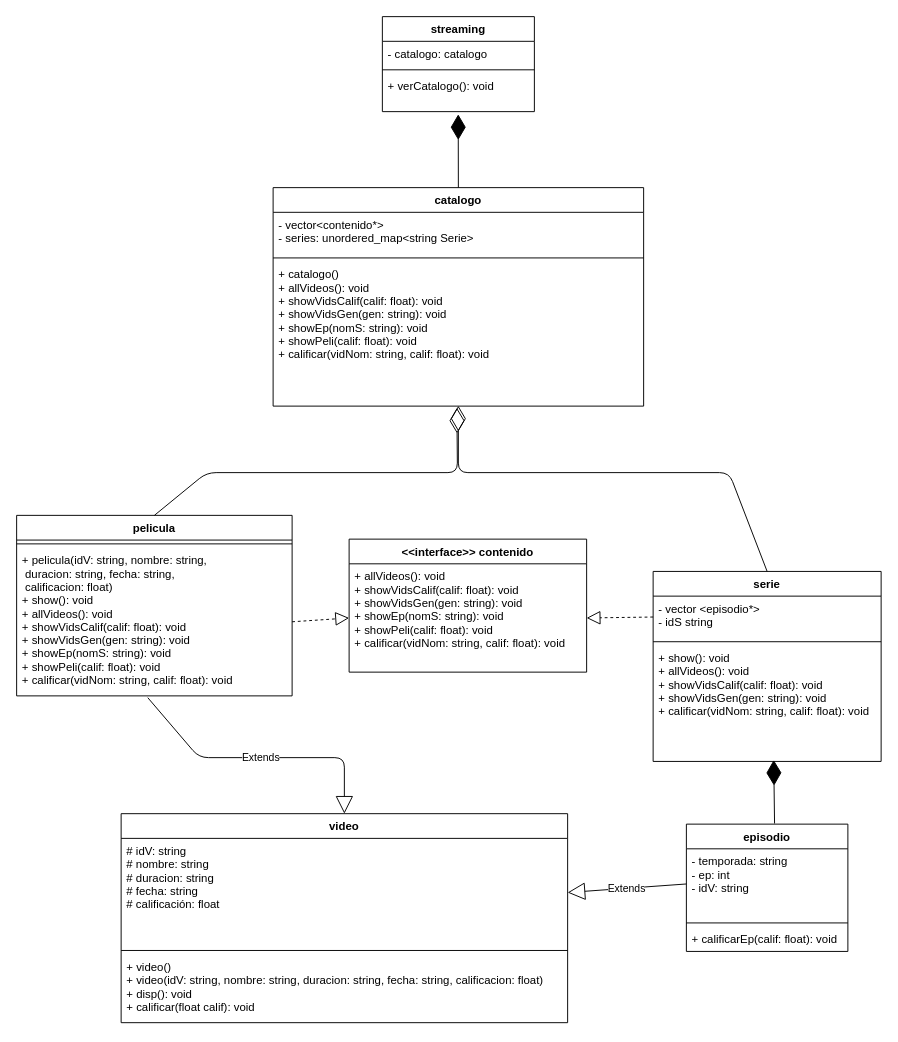
Earlier version of the draw.io diagram streaming 2.drawio (A01750658/proyecto_cpp). Source tidied: cells renumbered, new cells numbered last; positions are measured from the earlier drawing's top-left corner, leaving out a move shared by most shapes. Both pictures are drawn from the tidied source at 95%, with x=0, y=0 at pixel (16, 16).
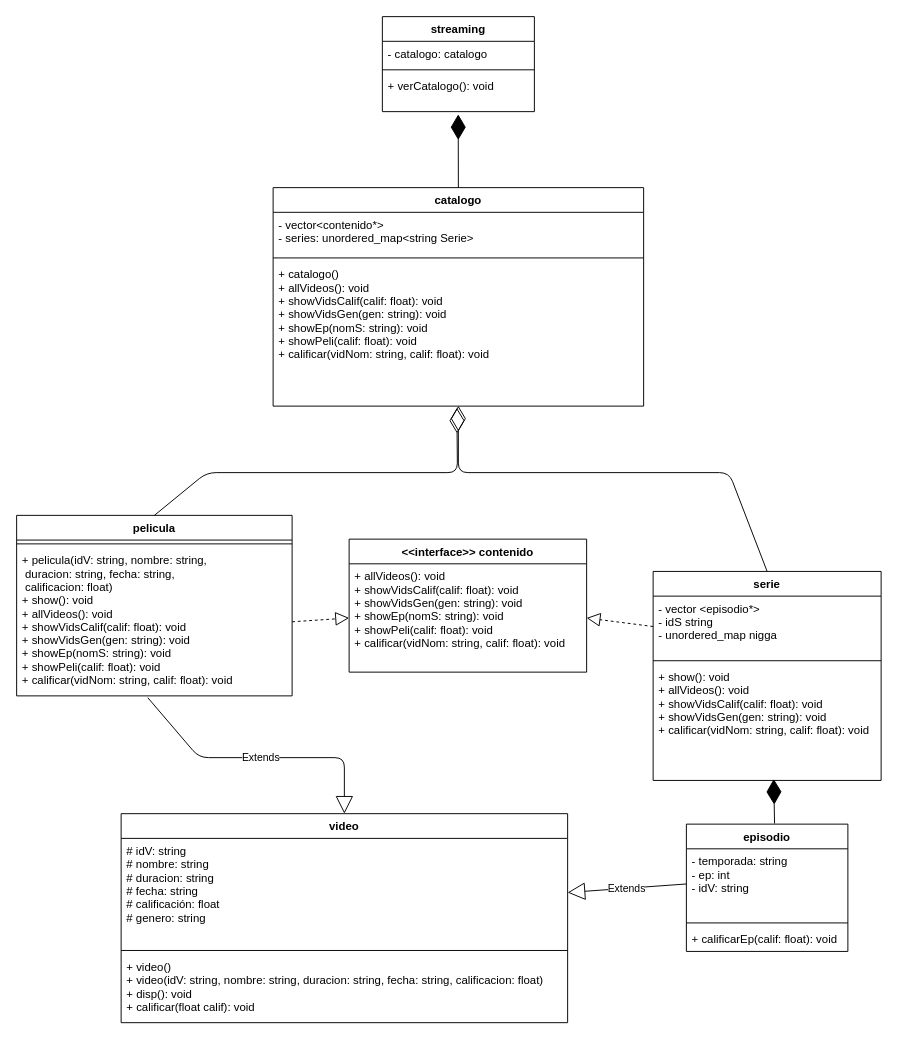
After the change.

Commit message (it also covers changes not shown here):
Co-authored-by: Cesar Flores <A01751101@users.noreply.github.com>

The change refers to these unchanged cells:
```xml
<mxCell id="25" value="video" style="swimlane;fontStyle=1;align=center;verticalAlign=top;horizontal=1;startSize=26;" parent="1" vertex="1">
  <mxGeometry x="110" y="839" width="470" height="220" as="geometry" />
</mxCell>
```

The edit, as a diff of the source:
```diff
@@
     <mxCell id="17" value="serie" style="swimlane;fontStyle=1;align=center;verticalAlign=top;horizontal=1;startSize=26;" parent="1" vertex="1">
-      <mxGeometry x="670" y="584" width="240" height="200" as="geometry" />
+      <mxGeometry x="670" y="584" width="240" height="220" as="geometry" />
     </mxCell>
-    <mxCell id="18" value="- vector &lt;episodio*&gt;&#10;- idS string" style="text;strokeColor=none;fillColor=none;align=left;verticalAlign=top;spacingLeft=4;spacingRight=4;overflow=hidden;points=[[0,0.5],[1,0.5]];portConstraint=eastwest;" parent="17" vertex="1">
-      <mxGeometry y="26" width="240" height="44" as="geometry" />
+    <mxCell id="18" value="- vector &lt;episodio*&gt;&#10;- idS string&#10;- unordered_map nigga" style="text;strokeColor=none;fillColor=none;align=left;verticalAlign=top;spacingLeft=4;spacingRight=4;overflow=hidden;points=[[0,0.5],[1,0.5]];portConstraint=eastwest;" parent="17" vertex="1">
+      <mxGeometry y="26" width="240" height="64" as="geometry" />
     </mxCell>
     <mxCell id="19" style="line;strokeWidth=1;fillColor=none;align=left;verticalAlign=middle;spacingTop=-1;spacingLeft=3;spacingRight=3;labelPosition=right;strokeColor=inherit;" parent="17" vertex="1">
-      <mxGeometry y="70" width="240" height="8" as="geometry" />
+      <mxGeometry y="90" width="240" height="8" as="geometry" />
     </mxCell>
     <mxCell id="20" value="+ show(): void&#10;+ allVideos(): void&#10;+ showVidsCalif(calif: float): void&#10;+ showVidsGen(gen: string): void&#10;+ calificar(vidNom: string, calif: float): void" style="text;strokeColor=none;fillColor=none;align=left;verticalAlign=top;spacingLeft=4;spacingRight=4;overflow=hidden;points=[[0,0.5],[1,0.5]];portConstraint=eastwest;" parent="17" vertex="1">
-      <mxGeometry y="78" width="240" height="122" as="geometry" />
+      <mxGeometry y="98" width="240" height="122" as="geometry" />
     </mxCell>
@@
-    <mxCell id="26" value="# idV: string&#10;# nombre: string&#10;# duracion: string&#10;# fecha: string&#10;# calificación: float&#10;" style="text;strokeColor=none;fillColor=none;align=left;verticalAlign=top;spacingLeft=4;spacingRight=4;overflow=hidden;points=[[0,0.5],[1,0.5]];portConstraint=eastwest;" parent="25" vertex="1">
+    <mxCell id="26" value="# idV: string&#10;# nombre: string&#10;# duracion: string&#10;# fecha: string&#10;# calificación: float&#10;# genero: string" style="text;strokeColor=none;fillColor=none;align=left;verticalAlign=top;spacingLeft=4;spacingRight=4;overflow=hidden;points=[[0,0.5],[1,0.5]];portConstraint=eastwest;" parent="25" vertex="1">
       <mxGeometry y="26" width="470" height="114" as="geometry" />
     </mxCell>
```
